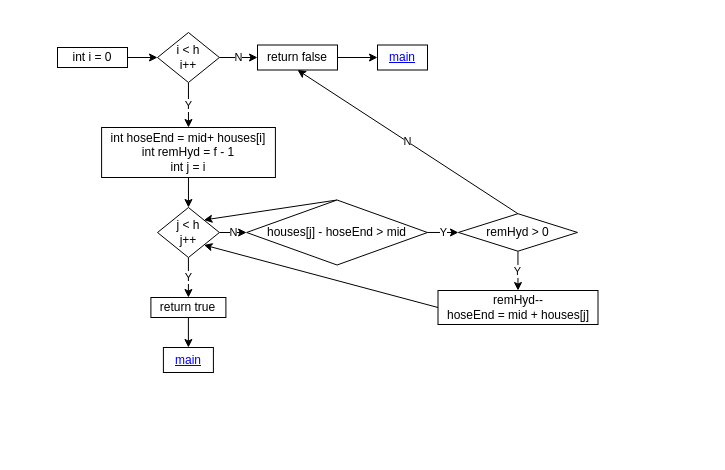
This is page "connectsAll" (2 of 2) of c++/cccPractice/problems/senior/2010/design/s3.dio from andrew-canada/gomoku, a draw.io file, before an edit. Source tidied: cells renumbered, new cells numbered last; positions are measured from the earlier drawing's top-left corner, leaving out a move shared by most shapes. Both pictures are drawn from the tidied source at 100%, with x=0, y=0 at pixel (57, 32).
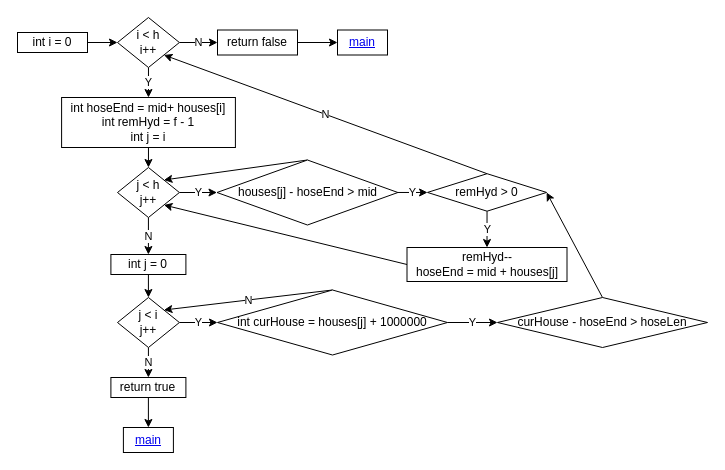
Above is the later version.

What changed in the source:
```diff
@@
     <mxCell id="3" value="int i = 0" style="rounded=0;whiteSpace=wrap;html=1;" parent="1" vertex="1">
-      <mxGeometry y="15" width="70" height="20" as="geometry" />
+      <mxGeometry x="-40" width="70" height="20" as="geometry" />
     </mxCell>
@@
     <mxCell id="6" value="i &amp;lt; h&lt;br&gt;i++" style="rhombus;whiteSpace=wrap;html=1;rounded=0;" parent="1" vertex="1">
-      <mxGeometry x="100" width="61.9" height="50" as="geometry" />
+      <mxGeometry x="60" y="-15" width="61.9" height="50" as="geometry" />
     </mxCell>
@@
     <mxCell id="8" value="int hoseEnd = mid+ houses[i]&lt;br&gt;int remHyd = f - 1&lt;br&gt;int j = i" style="whiteSpace=wrap;html=1;rounded=0;" parent="1" vertex="1">
-      <mxGeometry x="44.1" y="95" width="173.8" height="50" as="geometry" />
+      <mxGeometry x="4.1" y="65" width="173.8" height="50" as="geometry" />
     </mxCell>
-    <mxCell id="9" value="N" style="edgeStyle=none;html=1;entryX=0;entryY=0.5;entryDx=0;entryDy=0;" parent="1" edge="1" source="11" target="17">
+    <mxCell id="9" value="Y" style="edgeStyle=none;html=1;" parent="1" edge="1" source="11" target="17">
       <mxGeometry relative="1" as="geometry" />
     </mxCell>
-    <mxCell id="10" value="Y" style="edgeStyle=none;html=1;" parent="1" edge="1" source="11" target="22">
-      <mxGeometry relative="1" as="geometry" />
-    </mxCell>
+    <mxCell id="26" value="N" style="edgeStyle=none;html=1;entryX=0.5;entryY=0;entryDx=0;entryDy=0;" parent="1" edge="1" source="11" target="28">
+      <mxGeometry relative="1" as="geometry" />
+    </mxCell>
     <mxCell id="11" value="j &amp;lt; h&lt;br&gt;j++" style="rhombus;whiteSpace=wrap;html=1;rounded=0;" parent="1" vertex="1">
-      <mxGeometry x="100" y="175" width="61.9" height="50" as="geometry" />
+      <mxGeometry x="60" y="135" width="61.9" height="50" as="geometry" />
     </mxCell>
@@
     <mxCell id="13" value="return false" style="whiteSpace=wrap;html=1;rounded=0;" parent="1" vertex="1">
-      <mxGeometry x="200" y="12.5" width="80" height="25" as="geometry" />
+      <mxGeometry x="160" y="-2.5" width="80" height="25" as="geometry" />
     </mxCell>
     <mxCell id="14" value="&lt;a href=&quot;data:page/id,QyVkIBkOrX0Bcn6KgalT&quot;&gt;main&lt;/a&gt;" style="whiteSpace=wrap;html=1;rounded=0;" parent="1" vertex="1">
-      <mxGeometry x="320" y="12.5" width="50" height="25" as="geometry" />
+      <mxGeometry x="280" y="-2.5" width="50" height="25" as="geometry" />
     </mxCell>
@@
     <mxCell id="17" value="houses[j] - hoseEnd &amp;gt; mid" style="rhombus;whiteSpace=wrap;html=1;rounded=0;" parent="1" vertex="1">
-      <mxGeometry x="189.1" y="167.5" width="180.9" height="65" as="geometry" />
+      <mxGeometry x="159.5" y="127.5" width="180.9" height="65" as="geometry" />
     </mxCell>
-    <mxCell id="18" value="N" style="edgeStyle=none;html=1;exitX=0.5;exitY=0;exitDx=0;exitDy=0;entryX=0.5;entryY=1;entryDx=0;entryDy=0;" parent="1" edge="1" source="20" target="13">
+    <mxCell id="18" value="N" style="edgeStyle=none;html=1;exitX=0.5;exitY=0;exitDx=0;exitDy=0;entryX=1;entryY=1;entryDx=0;entryDy=0;" parent="1" edge="1" source="20" target="6">
       <mxGeometry relative="1" as="geometry" />
     </mxCell>
@@
     <mxCell id="20" value="remHyd &amp;gt; 0" style="rhombus;whiteSpace=wrap;html=1;rounded=0;" parent="1" vertex="1">
-      <mxGeometry x="400.9" y="181.2" width="119.1" height="37.5" as="geometry" />
+      <mxGeometry x="370" y="141.2" width="119.1" height="37.5" as="geometry" />
     </mxCell>
@@
     <mxCell id="22" value="return true" style="whiteSpace=wrap;html=1;rounded=0;" parent="1" vertex="1">
-      <mxGeometry x="93.4" y="265" width="75" height="20" as="geometry" />
+      <mxGeometry x="53.4" y="345" width="75" height="20" as="geometry" />
     </mxCell>
     <mxCell id="23" value="&lt;a href=&quot;null&quot;&gt;main&lt;/a&gt;" style="whiteSpace=wrap;html=1;rounded=0;" parent="1" vertex="1">
-      <mxGeometry x="105.9" y="315" width="50" height="25" as="geometry" />
+      <mxGeometry x="65.9" y="395" width="50" height="25" as="geometry" />
     </mxCell>
@@
     <mxCell id="25" value="remHyd--&lt;br&gt;hoseEnd = mid + houses[j]" style="whiteSpace=wrap;html=1;rounded=0;" parent="1" vertex="1">
-      <mxGeometry x="380.5" y="258" width="160" height="34" as="geometry" />
+      <mxGeometry x="349.5" y="215" width="160" height="34" as="geometry" />
     </mxCell>
+    <mxCell id="27" style="edgeStyle=none;html=1;" parent="1" edge="1" source="28" target="31">
+      <mxGeometry relative="1" as="geometry" />
+    </mxCell>
+    <mxCell id="28" value="int j = 0" style="whiteSpace=wrap;html=1;rounded=0;" parent="1" vertex="1">
+      <mxGeometry x="53.4" y="222" width="75" height="20" as="geometry" />
+    </mxCell>
+    <mxCell id="29" value="N" style="edgeStyle=none;html=1;entryX=0.5;entryY=0;entryDx=0;entryDy=0;" parent="1" edge="1" source="31" target="22">
+      <mxGeometry relative="1" as="geometry" />
+    </mxCell>
+    <mxCell id="30" value="Y" style="edgeStyle=none;html=1;" parent="1" edge="1" source="31" target="34">
+      <mxGeometry relative="1" as="geometry" />
+    </mxCell>
+    <mxCell id="31" value="j &amp;lt; i&lt;br&gt;j++" style="rhombus;whiteSpace=wrap;html=1;rounded=0;" parent="1" vertex="1">
+      <mxGeometry x="60" y="265" width="61.9" height="50" as="geometry" />
+    </mxCell>
+    <mxCell id="32" value="Y" style="edgeStyle=none;html=1;" parent="1" edge="1" source="34" target="36">
+      <mxGeometry relative="1" as="geometry" />
+    </mxCell>
+    <mxCell id="33" value="N" style="edgeStyle=none;html=1;exitX=0.5;exitY=0;exitDx=0;exitDy=0;entryX=1;entryY=0;entryDx=0;entryDy=0;" parent="1" edge="1" source="34" target="31">
+      <mxGeometry relative="1" as="geometry" />
+    </mxCell>
+    <mxCell id="34" value="int curHouse = houses[j] + 1000000" style="rhombus;whiteSpace=wrap;html=1;rounded=0;" parent="1" vertex="1">
+      <mxGeometry x="160" y="257.5" width="230" height="65" as="geometry" />
+    </mxCell>
+    <mxCell id="35" style="edgeStyle=none;html=1;exitX=0.5;exitY=0;exitDx=0;exitDy=0;entryX=1;entryY=0.5;entryDx=0;entryDy=0;" parent="1" edge="1" source="36" target="20">
+      <mxGeometry relative="1" as="geometry" />
+    </mxCell>
+    <mxCell id="36" value="curHouse - hoseEnd &amp;gt; hoseLen" style="rhombus;whiteSpace=wrap;html=1;" parent="1" vertex="1">
+      <mxGeometry x="440" y="265" width="210" height="50" as="geometry" />
+    </mxCell>
```
